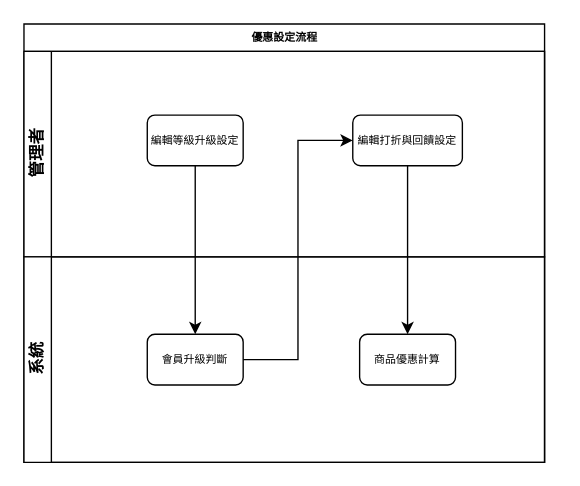
Before: page "優惠設定流程" (5 of 7) of 系統規劃/購物網系統流程.drawio in Shenyoyo/ShoppingWeb, a draw.io diagram. Source tidied: cells renumbered, new cells numbered last; positions are measured from the earlier drawing's top-left corner, leaving out a move shared by most shapes. Both pictures are drawn from the tidied source at 137%, with x=0, y=0 at pixel (23, 23).
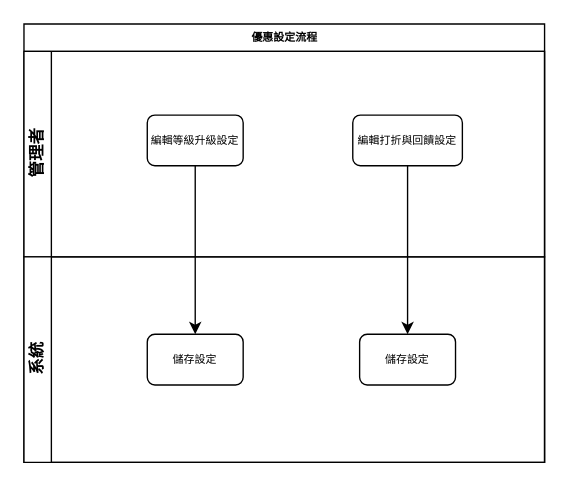
Above is the later version.

The edit, as a diff of the source:
```diff
@@
 <mxGraphModel>
   <root>
     <mxCell id="0" />
     <mxCell id="1" parent="0" />
     <mxCell id="2" value="優惠設定流程" style="swimlane;html=1;horizontal=1;startSize=20;rounded=0;shadow=0;labelBackgroundColor=none;strokeWidth=1;fontFamily=Verdana;fontSize=8;align=center;" parent="1" vertex="1">
       <mxGeometry width="380" height="320" as="geometry" />
     </mxCell>
     <mxCell id="3" value="管理者" style="swimlane;html=1;startSize=20;horizontal=0;" parent="2" vertex="1">
       <mxGeometry y="20" width="380" height="150" as="geometry" />
     </mxCell>
     <mxCell id="4" value="編輯等級升級設定" style="rounded=1;whiteSpace=wrap;html=1;shadow=0;labelBackgroundColor=none;strokeWidth=1;fontFamily=Verdana;fontSize=8;align=center;" parent="3" vertex="1">
       <mxGeometry x="90" y="46.5" width="70" height="37" as="geometry" />
     </mxCell>
     <mxCell id="5" value="編輯打折與回饋設定" style="rounded=1;whiteSpace=wrap;html=1;shadow=0;labelBackgroundColor=none;strokeWidth=1;fontFamily=Verdana;fontSize=8;align=center;" parent="3" vertex="1">
       <mxGeometry x="240" y="46.5" width="80" height="37" as="geometry" />
     </mxCell>
     <mxCell id="6" style="edgeStyle=orthogonalEdgeStyle;rounded=0;jettySize=auto;html=1;exitX=1;exitY=0;exitDx=0;exitDy=0;entryX=1;entryY=1;entryDx=0;entryDy=0;" parent="2" edge="1" source="7" target="3">
       <mxGeometry relative="1" as="geometry" />
     </mxCell>
     <mxCell id="7" value="系統" style="swimlane;html=1;startSize=20;horizontal=0;" parent="2" vertex="1">
       <mxGeometry y="170" width="380" height="150" as="geometry" />
     </mxCell>
-    <mxCell id="8" value="會員升級判斷" style="rounded=1;whiteSpace=wrap;html=1;shadow=0;labelBackgroundColor=none;strokeWidth=1;fontFamily=Verdana;fontSize=8;align=center;" parent="7" vertex="1">
+    <mxCell id="8" value="儲存設定" style="rounded=1;whiteSpace=wrap;html=1;shadow=0;labelBackgroundColor=none;strokeWidth=1;fontFamily=Verdana;fontSize=8;align=center;" parent="7" vertex="1">
       <mxGeometry x="90" y="56.5" width="70" height="37" as="geometry" />
     </mxCell>
-    <mxCell id="9" value="商品優惠計算" style="rounded=1;whiteSpace=wrap;html=1;shadow=0;labelBackgroundColor=none;strokeWidth=1;fontFamily=Verdana;fontSize=8;align=center;" parent="7" vertex="1">
+    <mxCell id="9" value="儲存設定" style="rounded=1;whiteSpace=wrap;html=1;shadow=0;labelBackgroundColor=none;strokeWidth=1;fontFamily=Verdana;fontSize=8;align=center;" parent="7" vertex="1">
       <mxGeometry x="245" y="56.5" width="70" height="37" as="geometry" />
     </mxCell>
     <mxCell id="10" style="edgeStyle=orthogonalEdgeStyle;rounded=0;jettySize=auto;html=1;entryX=0.5;entryY=0;entryDx=0;entryDy=0;" parent="2" edge="1" source="4" target="8">
       <mxGeometry relative="1" as="geometry" />
     </mxCell>
     <mxCell id="11" style="edgeStyle=orthogonalEdgeStyle;rounded=0;jettySize=auto;html=1;entryX=0.5;entryY=0;entryDx=0;entryDy=0;" parent="2" edge="1" source="5" target="9">
       <mxGeometry relative="1" as="geometry" />
     </mxCell>
-    <mxCell id="12" style="edgeStyle=orthogonalEdgeStyle;rounded=0;jettySize=auto;html=1;entryX=0;entryY=0.5;entryDx=0;entryDy=0;" parent="2" edge="1" source="8" target="5">
-      <mxGeometry relative="1" as="geometry" />
-    </mxCell>
   </root>
 </mxGraphModel>
```
